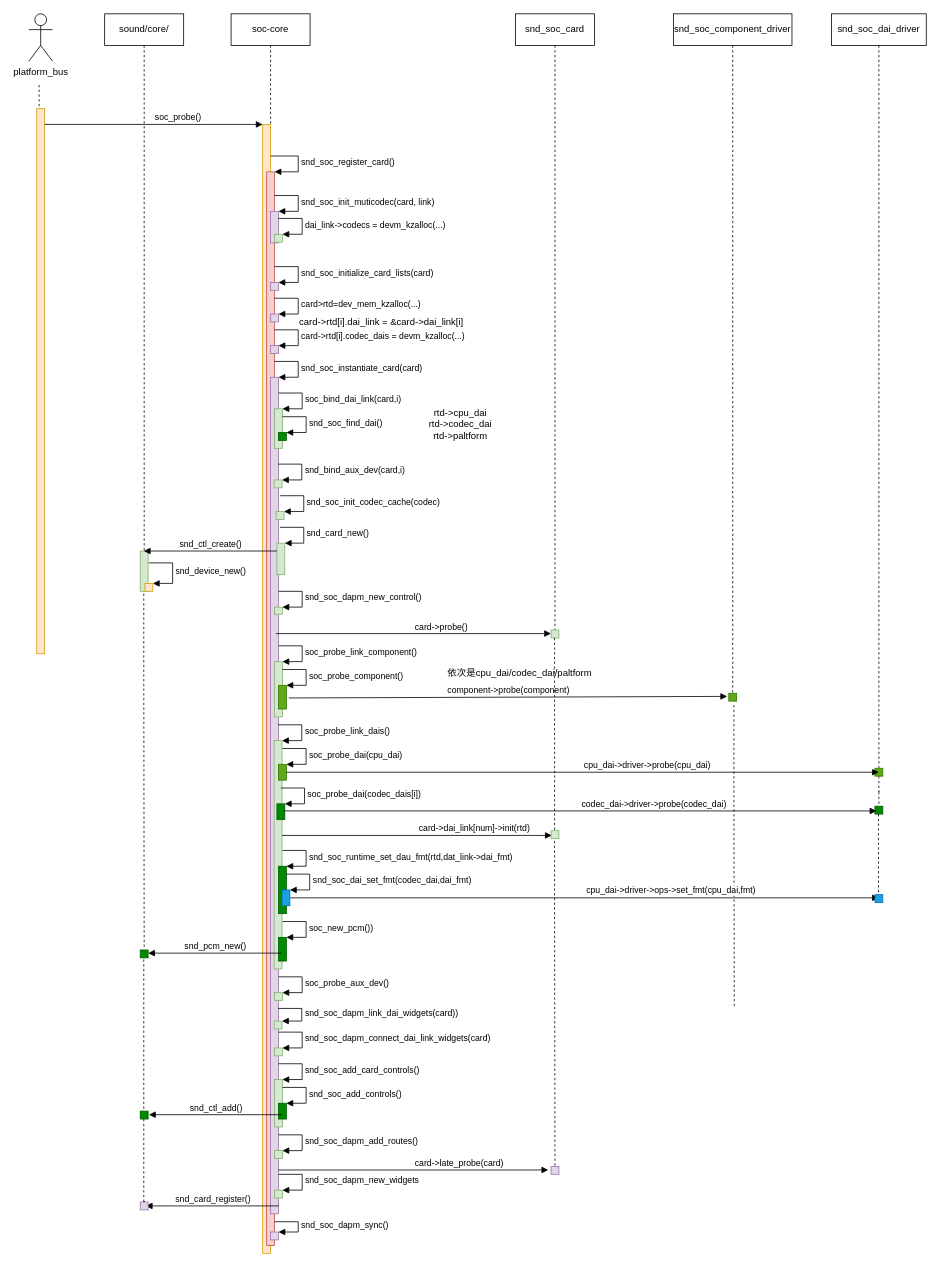
Above: alsa 驱动分析（一）.drawio in Vinson-001/Blog-flow-chart (draw.io), before the change. Source tidied: cells renumbered, new cells numbered last; positions are measured from the earlier drawing's top-left corner, leaving out a move shared by most shapes. Both pictures are drawn from the tidied source at 79%, with x=0, y=0 at pixel (28, 13).
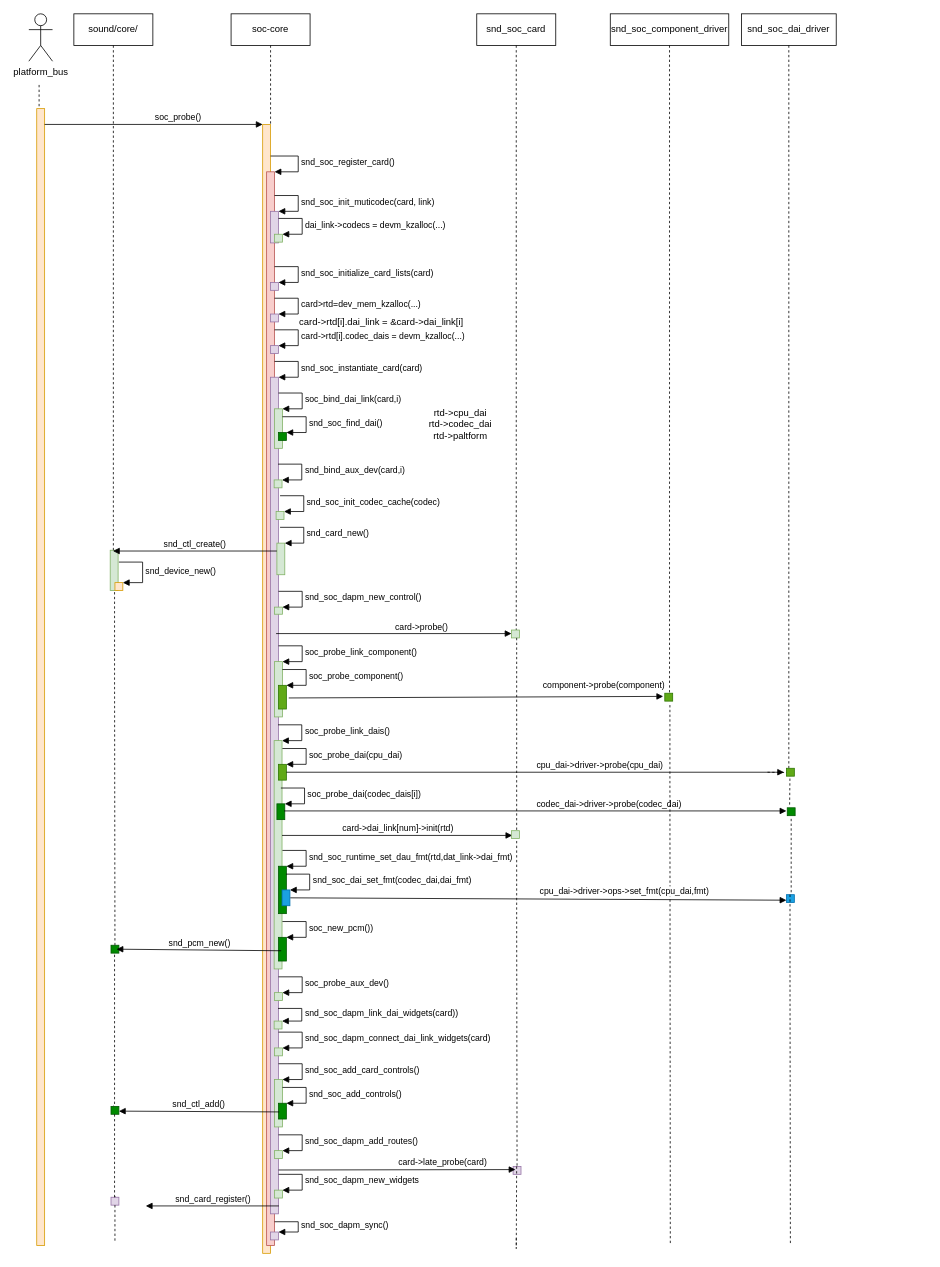
After the change.

Commit message (it also covers changes not shown here):
更新alsa 驱动分析（一）.drawio

The change refers to these unchanged cells:
```xml
<mxCell id="44" style="html=1;points=[];perimeter=orthogonalPerimeter;fillColor=#60a917;strokeColor=#2D7600;fontColor=#ffffff;" parent="1" vertex="1">
  <mxGeometry x="316" y="850" width="10" height="30" as="geometry" />
</mxCell>
<mxCell id="53" style="html=1;points=[];perimeter=orthogonalPerimeter;fillColor=#60a917;fontColor=#ffffff;strokeColor=#2D7600;" parent="1" vertex="1">
  <mxGeometry x="316" y="950" width="10" height="20" as="geometry" />
</mxCell>
<mxCell id="88" style="html=1;points=[];perimeter=orthogonalPerimeter;fillColor=#008a00;fontColor=#ffffff;strokeColor=#005700;" parent="1" vertex="1">
  <mxGeometry x="316" y="1379" width="10" height="20" as="geometry" />
</mxCell>
```

The edit, as a diff of the source:
```diff
@@
     <mxCell id="2" style="html=1;perimeter=orthogonalPerimeter;fillColor=#d5e8d4;strokeColor=#82b366;" parent="1" vertex="1">
-      <mxGeometry x="141" y="680" width="10" height="51" as="geometry" />
+      <mxGeometry x="103" y="679" width="10" height="51" as="geometry" />
     </mxCell>
     <mxCell id="3" style="html=1;perimeter=orthogonalPerimeter;fillColor=#ffe6cc;strokeColor=#d79b00;" parent="1" vertex="1">
-      <mxGeometry x="10" y="120" width="10" height="690" as="geometry" />
+      <mxGeometry x="10" y="120" width="10" height="1439" as="geometry" />
     </mxCell>
     <mxCell id="4" value="sound/core/" style="shape=umlLifeline;perimeter=lifelinePerimeter;whiteSpace=wrap;html=1;outlineConnect=0;" parent="1" vertex="1">
-      <mxGeometry x="96" width="100" height="680" as="geometry" />
+      <mxGeometry x="57" width="100" height="680" as="geometry" />
     </mxCell>
@@
     <mxCell id="34" style="html=1;points=[];perimeter=orthogonalPerimeter;fillColor=#ffe6cc;strokeColor=#d79b00;" parent="1" vertex="1">
-      <mxGeometry x="147" y="721" width="10" height="10" as="geometry" />
+      <mxGeometry x="109" y="720" width="10" height="10" as="geometry" />
     </mxCell>
     <mxCell id="35" value="snd_device_new()" style="edgeStyle=orthogonalEdgeStyle;html=1;align=left;spacingLeft=2;endArrow=block;rounded=0;entryX=1;entryY=0;" parent="1" edge="1" target="34">
       <mxGeometry relative="1" as="geometry">
-        <mxPoint x="152" y="695" as="sourcePoint" />
+        <mxPoint x="114" y="694" as="sourcePoint" />
         <Array as="points">
-          <mxPoint x="182" y="695" />
+          <mxPoint x="144" y="694" />
         </Array>
       </mxGeometry>
     </mxCell>
@@
     <mxCell id="37" value="snd_soc_card" style="shape=umlLifeline;perimeter=lifelinePerimeter;whiteSpace=wrap;html=1;" parent="1" vertex="1">
-      <mxGeometry x="616" width="100" height="780" as="geometry" />
+      <mxGeometry x="567" width="100" height="780" as="geometry" />
     </mxCell>
@@
     <mxCell id="40" style="html=1;points=[];perimeter=orthogonalPerimeter;fillColor=#d5e8d4;strokeColor=#82b366;" parent="1" vertex="1">
-      <mxGeometry x="661" y="780" width="10" height="10" as="geometry" />
+      <mxGeometry x="611" y="780" width="10" height="10" as="geometry" />
     </mxCell>
@@
     <mxCell id="46" value="snd_soc_component_driver" style="shape=umlLifeline;perimeter=lifelinePerimeter;whiteSpace=wrap;html=1;" parent="1" vertex="1">
-      <mxGeometry x="816" width="150" height="860" as="geometry" />
+      <mxGeometry x="736" width="150" height="860" as="geometry" />
     </mxCell>
     <mxCell id="47" style="html=1;points=[];perimeter=orthogonalPerimeter;fillColor=#60a917;fontColor=#ffffff;strokeColor=#2D7600;" parent="1" vertex="1">
-      <mxGeometry x="886" y="860" width="10" height="10" as="geometry" />
+      <mxGeometry x="805" y="860" width="10" height="10" as="geometry" />
     </mxCell>
-    <mxCell id="48" value="component-&amp;gt;probe(component)" style="html=1;verticalAlign=bottom;endArrow=block;rounded=0;exitX=1.3;exitY=0.533;exitDx=0;exitDy=0;exitPerimeter=0;entryX=-0.2;entryY=0.4;entryDx=0;entryDy=0;entryPerimeter=0;" parent="1" edge="1" source="44" target="47">
-      <mxGeometry relative="1" as="geometry" />
+    <mxCell id="48" value="component-&amp;gt;probe(component)" style="html=1;verticalAlign=bottom;endArrow=block;rounded=0;exitX=1.3;exitY=0.533;exitDx=0;exitDy=0;exitPerimeter=0;entryX=-0.2;entryY=0.4;entryDx=0;entryDy=0;entryPerimeter=0;labelPosition=right;verticalLabelPosition=top;align=left;" parent="1" edge="1" source="44" target="47">
+      <mxGeometry x="0.35" y="6" relative="1" as="geometry" />
     </mxCell>
-    <mxCell id="49" value="依次是cpu_dai/codec_dai/paltform" style="text;html=1;align=center;verticalAlign=middle;strokeColor=none;fillColor=none;" parent="1" vertex="1">
-      <mxGeometry x="516" y="820" width="210" height="30" as="geometry" />
-    </mxCell>
@@
     <mxCell id="52" value="snd_soc_dai_driver" style="shape=umlLifeline;perimeter=lifelinePerimeter;whiteSpace=wrap;html=1;" parent="1" vertex="1">
-      <mxGeometry x="1016" width="120" height="960" as="geometry" />
+      <mxGeometry x="902" width="120" height="960" as="geometry" />
     </mxCell>
@@
-    <mxCell id="55" style="edgeStyle=orthogonalEdgeStyle;rounded=0;jettySize=auto;html=1;endArrow=none;endFill=0;dashed=1;" parent="1" edge="1" source="56" target="60">
-      <mxGeometry relative="1" as="geometry" />
+    <mxCell id="55" style="edgeStyle=orthogonalEdgeStyle;rounded=0;orthogonalLoop=1;jettySize=auto;html=1;endArrow=none;endFill=0;dashed=1;" parent="1" edge="1">
+      <mxGeometry relative="1" as="geometry">
+        <mxPoint x="935" y="960" as="sourcePoint" />
+        <mxPoint x="963" y="1003" as="targetPoint" />
+      </mxGeometry>
     </mxCell>
     <mxCell id="56" style="html=1;points=[];perimeter=orthogonalPerimeter;fillColor=#60a917;fontColor=#ffffff;strokeColor=#2D7600;" parent="1" vertex="1">
-      <mxGeometry x="1071" y="955" width="10" height="10" as="geometry" />
+      <mxGeometry x="959" y="955" width="10" height="10" as="geometry" />
     </mxCell>
     <mxCell id="57" value="cpu_dai-&amp;gt;driver-&amp;gt;probe(cpu_dai)" style="html=1;verticalAlign=bottom;endArrow=block;rounded=0;align=left;labelPosition=right;verticalLabelPosition=top;" parent="1" edge="1" source="53">
       <mxGeometry relative="1" as="geometry">
-        <mxPoint x="1076" y="960" as="targetPoint" />
+        <mxPoint x="956" y="960" as="targetPoint" />
       </mxGeometry>
     </mxCell>
@@
-    <mxCell id="60" style="html=1;points=[];perimeter=orthogonalPerimeter;fillColor=#008a00;fontColor=#ffffff;strokeColor=#005700;" parent="1" vertex="1">
-      <mxGeometry x="1071" y="1003" width="10" height="10" as="geometry" />
-    </mxCell>
-    <mxCell id="61" value="codec_dai-&amp;gt;driver-&amp;gt;probe(codec_dai)" style="html=1;verticalAlign=bottom;endArrow=block;rounded=0;align=left;" parent="1" edge="1">
+    <mxCell id="61" value="codec_dai-&amp;gt;driver-&amp;gt;probe(codec_dai)" style="html=1;verticalAlign=bottom;endArrow=block;rounded=0;align=left;entryX=-0.1;entryY=0.4;entryDx=0;entryDy=0;entryPerimeter=0;" parent="1" edge="1" target="60">
       <mxGeometry relative="1" as="geometry">
         <mxPoint x="323" y="1009" as="sourcePoint" />
-        <mxPoint x="1073" y="1009" as="targetPoint" />
       </mxGeometry>
     </mxCell>
-    <mxCell id="62" value="card-&amp;gt;dai_link[num]-&amp;gt;init(rtd)" style="html=1;verticalAlign=bottom;endArrow=block;rounded=0;align=left;entryX=0.1;entryY=0.6;entryDx=0;entryDy=0;entryPerimeter=0;" parent="1" edge="1" target="65">
+    <mxCell id="62" value="card-&amp;gt;dai_link[num]-&amp;gt;init(rtd)" style="html=1;verticalAlign=bottom;endArrow=block;rounded=0;align=center;entryX=0.1;entryY=0.6;entryDx=0;entryDy=0;entryPerimeter=0;labelPosition=center;verticalLabelPosition=top;" parent="1" edge="1" target="65">
       <mxGeometry relative="1" as="geometry">
         <mxPoint x="320.5" y="1040" as="sourcePoint" />
       </mxGeometry>
     </mxCell>
     <mxCell id="63" style="edgeStyle=orthogonalEdgeStyle;rounded=0;orthogonalLoop=1;jettySize=auto;html=1;endArrow=none;endFill=0;dashed=1;" parent="1" edge="1">
       <mxGeometry relative="1" as="geometry">
-        <mxPoint x="892.5" y="875" as="sourcePoint" />
-        <mxPoint x="893" y="1259" as="targetPoint" />
+        <mxPoint x="811.5" y="875" as="sourcePoint" />
+        <mxPoint x="812" y="1559" as="targetPoint" />
         <Array as="points">
-          <mxPoint x="893" y="979" />
-          <mxPoint x="893" y="979" />
+          <mxPoint x="812" y="979" />
+          <mxPoint x="812" y="979" />
         </Array>
       </mxGeometry>
     </mxCell>
     <mxCell id="64" style="edgeStyle=orthogonalEdgeStyle;rounded=0;orthogonalLoop=1;jettySize=auto;html=1;endArrow=none;endFill=0;dashed=1;" parent="1" edge="1">
       <mxGeometry relative="1" as="geometry">
-        <mxPoint x="665.5" y="790" as="sourcePoint" />
-        <mxPoint x="665.5" y="1039" as="targetPoint" />
+        <mxPoint x="617.5" y="790" as="sourcePoint" />
+        <mxPoint x="617.5" y="1039" as="targetPoint" />
       </mxGeometry>
     </mxCell>
     <mxCell id="65" style="html=1;points=[];perimeter=orthogonalPerimeter;fillColor=#d5e8d4;strokeColor=#82b366;" parent="1" vertex="1">
-      <mxGeometry x="661" y="1034" width="10" height="10" as="geometry" />
+      <mxGeometry x="611" y="1034" width="10" height="10" as="geometry" />
     </mxCell>
@@
-    <mxCell id="70" value="cpu_dai-&amp;gt;driver-&amp;gt;ops-&amp;gt;set_fmt(cpu_dai,fmt)" style="html=1;verticalAlign=bottom;endArrow=block;rounded=0;align=left;" parent="1" edge="1">
+    <mxCell id="70" value="cpu_dai-&amp;gt;driver-&amp;gt;ops-&amp;gt;set_fmt(cpu_dai,fmt)" style="html=1;verticalAlign=bottom;endArrow=block;rounded=0;align=left;entryX=0;entryY=0.7;entryDx=0;entryDy=0;entryPerimeter=0;" parent="1" edge="1" target="74">
       <mxGeometry relative="1" as="geometry">
         <mxPoint x="331" y="1119" as="sourcePoint" />
-        <mxPoint x="1076" y="1119" as="targetPoint" />
       </mxGeometry>
     </mxCell>
@@
-    <mxCell id="73" style="edgeStyle=orthogonalEdgeStyle;rounded=0;orthogonalLoop=1;jettySize=auto;html=1;endArrow=none;endFill=0;dashed=1;" parent="1" edge="1">
-      <mxGeometry relative="1" as="geometry">
-        <mxPoint x="1075.5" y="1013" as="sourcePoint" />
-        <mxPoint x="1076" y="1119" as="targetPoint" />
-        <Array as="points">
-          <mxPoint x="1076" y="1117" />
-          <mxPoint x="1076" y="1117" />
-        </Array>
-      </mxGeometry>
-    </mxCell>
     <mxCell id="74" style="html=1;points=[];perimeter=orthogonalPerimeter;fillColor=#1ba1e2;fontColor=#ffffff;strokeColor=#006EAF;" parent="1" vertex="1">
-      <mxGeometry x="1071" y="1115" width="10" height="10" as="geometry" />
+      <mxGeometry x="959" y="1115" width="10" height="10" as="geometry" />
     </mxCell>
     <mxCell id="75" style="html=1;perimeter=orthogonalPerimeter;fillColor=#008a00;strokeColor=#005700;fontColor=#ffffff;" parent="1" vertex="1">
-      <mxGeometry x="141" y="1185" width="10" height="10" as="geometry" />
+      <mxGeometry x="104" y="1179" width="10" height="10" as="geometry" />
     </mxCell>
     <mxCell id="76" style="edgeStyle=orthogonalEdgeStyle;rounded=0;orthogonalLoop=1;jettySize=auto;html=1;endArrow=none;endFill=0;dashed=1;" parent="1" edge="1">
       <mxGeometry relative="1" as="geometry">
-        <mxPoint x="145.5" y="734" as="sourcePoint" />
-        <mxPoint x="146" y="1182" as="targetPoint" />
+        <mxPoint x="108.5" y="732" as="sourcePoint" />
+        <mxPoint x="109" y="1180" as="targetPoint" />
         <Array as="points">
-          <mxPoint x="146" y="838" />
-          <mxPoint x="146" y="838" />
+          <mxPoint x="109" y="836" />
+          <mxPoint x="109" y="836" />
         </Array>
       </mxGeometry>
     </mxCell>
@@
-    <mxCell id="79" value="snd_pcm_new()" style="html=1;verticalAlign=bottom;endArrow=block;rounded=0;" parent="1" edge="1">
+    <mxCell id="79" value="snd_pcm_new()" style="html=1;verticalAlign=bottom;endArrow=block;rounded=0;entryX=0.7;entryY=0.2;entryDx=0;entryDy=0;entryPerimeter=0;" parent="1" edge="1">
       <mxGeometry relative="1" as="geometry">
-        <mxPoint x="319.5" y="1189" as="sourcePoint" />
-        <mxPoint x="151" y="1189" as="targetPoint" />
+        <mxPoint x="319.5" y="1186" as="sourcePoint" />
+        <mxPoint x="111" y="1184" as="targetPoint" />
       </mxGeometry>
     </mxCell>
@@
     <mxCell id="90" style="html=1;points=[];perimeter=orthogonalPerimeter;fillColor=#008a00;strokeColor=#005700;fontColor=#ffffff;" parent="1" vertex="1">
-      <mxGeometry x="141" y="1389" width="10" height="10" as="geometry" />
+      <mxGeometry x="104" y="1383" width="10" height="10" as="geometry" />
     </mxCell>
     <mxCell id="91" style="edgeStyle=orthogonalEdgeStyle;rounded=0;orthogonalLoop=1;jettySize=auto;html=1;endArrow=none;endFill=0;dashed=1;entryX=0.3;entryY=-0.3;entryDx=0;entryDy=0;entryPerimeter=0;" parent="1" edge="1">
       <mxGeometry relative="1" as="geometry">
-        <mxPoint x="145.5" y="1197" as="sourcePoint" />
-        <mxPoint x="144" y="1388" as="targetPoint" />
+        <mxPoint x="108.5" y="1191" as="sourcePoint" />
+        <mxPoint x="107" y="1382" as="targetPoint" />
         <Array as="points">
-          <mxPoint x="146" y="1388" />
+          <mxPoint x="109" y="1382" />
         </Array>
       </mxGeometry>
     </mxCell>
-    <mxCell id="92" value="snd_ctl_add()" style="html=1;verticalAlign=bottom;endArrow=block;rounded=0;" parent="1" edge="1">
-      <mxGeometry relative="1" as="geometry">
-        <mxPoint x="320.5" y="1393.5" as="sourcePoint" />
-        <mxPoint x="152" y="1393.5" as="targetPoint" />
-      </mxGeometry>
+    <mxCell id="92" value="snd_ctl_add()" style="html=1;verticalAlign=bottom;endArrow=block;rounded=0;exitX=0.1;exitY=0.55;exitDx=0;exitDy=0;exitPerimeter=0;entryX=1;entryY=0.6;entryDx=0;entryDy=0;entryPerimeter=0;" parent="1" edge="1" source="88" target="90">
+      <mxGeometry relative="1" as="geometry" />
     </mxCell>
@@
     <mxCell id="95" style="edgeStyle=orthogonalEdgeStyle;rounded=0;orthogonalLoop=1;jettySize=auto;html=1;endArrow=none;endFill=0;dashed=1;" parent="1" edge="1">
       <mxGeometry relative="1" as="geometry">
-        <mxPoint x="665.5" y="1047" as="sourcePoint" />
-        <mxPoint x="666" y="1459" as="targetPoint" />
+        <mxPoint x="617.5" y="1047" as="sourcePoint" />
+        <mxPoint x="618" y="1459" as="targetPoint" />
         <Array as="points">
-          <mxPoint x="666" y="1151" />
-          <mxPoint x="666" y="1151" />
+          <mxPoint x="618" y="1151" />
+          <mxPoint x="618" y="1151" />
         </Array>
       </mxGeometry>
     </mxCell>
     <mxCell id="96" style="html=1;perimeter=orthogonalPerimeter;fillColor=#e1d5e7;strokeColor=#9673a6;" parent="1" vertex="1">
-      <mxGeometry x="661" y="1459" width="10" height="10" as="geometry" />
+      <mxGeometry x="613" y="1459" width="10" height="10" as="geometry" />
     </mxCell>
-    <mxCell id="97" value="card-&amp;gt;late_probe(card)" style="html=1;verticalAlign=bottom;endArrow=block;rounded=0;align=left;entryX=0.1;entryY=0.6;entryDx=0;entryDy=0;entryPerimeter=0;" parent="1" edge="1">
+    <mxCell id="97" value="card-&amp;gt;late_probe(card)" style="html=1;verticalAlign=bottom;endArrow=block;rounded=0;align=left;" parent="1" edge="1">
       <mxGeometry relative="1" as="geometry">
         <mxPoint x="316" y="1463.5" as="sourcePoint" />
-        <mxPoint x="657.5" y="1463.5" as="targetPoint" />
+        <mxPoint x="616" y="1463" as="targetPoint" />
       </mxGeometry>
     </mxCell>
@@
     <mxCell id="100" style="edgeStyle=orthogonalEdgeStyle;rounded=0;jettySize=auto;html=1;endArrow=none;endFill=0;dashed=1;startArrow=none;" parent="1" edge="1" source="102">
       <mxGeometry relative="1" as="geometry">
-        <mxPoint x="146" y="1509" as="targetPoint" />
+        <mxPoint x="109" y="1503" as="targetPoint" />
         <Array as="points">
-          <mxPoint x="146" y="1503" />
-          <mxPoint x="146" y="1503" />
+          <mxPoint x="109" y="1497" />
+          <mxPoint x="109" y="1497" />
         </Array>
       </mxGeometry>
     </mxCell>
@@
     <mxCell id="102" style="html=1;points=[];perimeter=orthogonalPerimeter;fillColor=#e1d5e7;strokeColor=#9673a6;" parent="1" vertex="1">
-      <mxGeometry x="141" y="1504" width="10" height="10" as="geometry" />
+      <mxGeometry x="104" y="1498" width="10" height="10" as="geometry" />
     </mxCell>
     <mxCell id="103" style="edgeStyle=orthogonalEdgeStyle;rounded=0;jettySize=auto;html=1;endArrow=none;endFill=0;dashed=1;" parent="1" edge="1" target="102">
       <mxGeometry relative="1" as="geometry">
-        <mxPoint x="145.5" y="1399" as="sourcePoint" />
+        <mxPoint x="108.5" y="1393" as="sourcePoint" />
       </mxGeometry>
     </mxCell>
@@
+    <mxCell id="106" style="edgeStyle=orthogonalEdgeStyle;rounded=0;orthogonalLoop=1;jettySize=auto;html=1;endArrow=none;endFill=0;dashed=1;" parent="1" edge="1">
+      <mxGeometry relative="1" as="geometry">
+        <mxPoint x="963.5" y="1115" as="sourcePoint" />
+        <mxPoint x="964" y="1559" as="targetPoint" />
+        <Array as="points">
+          <mxPoint x="964" y="1219" />
+          <mxPoint x="964" y="1219" />
+        </Array>
+      </mxGeometry>
+    </mxCell>
+    <mxCell id="107" style="edgeStyle=orthogonalEdgeStyle;rounded=0;orthogonalLoop=1;jettySize=auto;html=1;endArrow=none;endFill=0;dashed=1;" parent="1" edge="1">
+      <mxGeometry relative="1" as="geometry">
+        <mxPoint x="617.5" y="1459" as="sourcePoint" />
+        <mxPoint x="617" y="1549" as="targetPoint" />
+        <Array as="points">
+          <mxPoint x="618" y="1563" />
+          <mxPoint x="618" y="1563" />
+        </Array>
+      </mxGeometry>
+    </mxCell>
+    <mxCell id="108" style="edgeStyle=orthogonalEdgeStyle;rounded=0;orthogonalLoop=1;jettySize=auto;html=1;endArrow=none;endFill=0;dashed=1;" parent="1" edge="1">
+      <mxGeometry relative="1" as="geometry">
+        <mxPoint x="109.5" y="1508" as="sourcePoint" />
+        <mxPoint x="109" y="1553" as="targetPoint" />
+        <Array as="points">
+          <mxPoint x="110" y="1553" />
+          <mxPoint x="109" y="1553" />
+        </Array>
+      </mxGeometry>
+    </mxCell>
+    <mxCell id="60" style="html=1;points=[];perimeter=orthogonalPerimeter;fillColor=#008a00;fontColor=#ffffff;strokeColor=#005700;" parent="1" vertex="1">
+      <mxGeometry x="960" y="1005" width="10" height="10" as="geometry" />
+    </mxCell>
+    <mxCell id="109" style="edgeStyle=orthogonalEdgeStyle;rounded=0;orthogonalLoop=1;jettySize=auto;html=1;endArrow=none;endFill=0;dashed=1;" parent="1" edge="1">
+      <mxGeometry relative="1" as="geometry">
+        <mxPoint x="965" y="1019" as="sourcePoint" />
+        <mxPoint x="965" y="1113" as="targetPoint" />
+        <Array as="points">
+          <mxPoint x="965" y="1113" />
+          <mxPoint x="965" y="1113" />
+        </Array>
+      </mxGeometry>
+    </mxCell>
```
